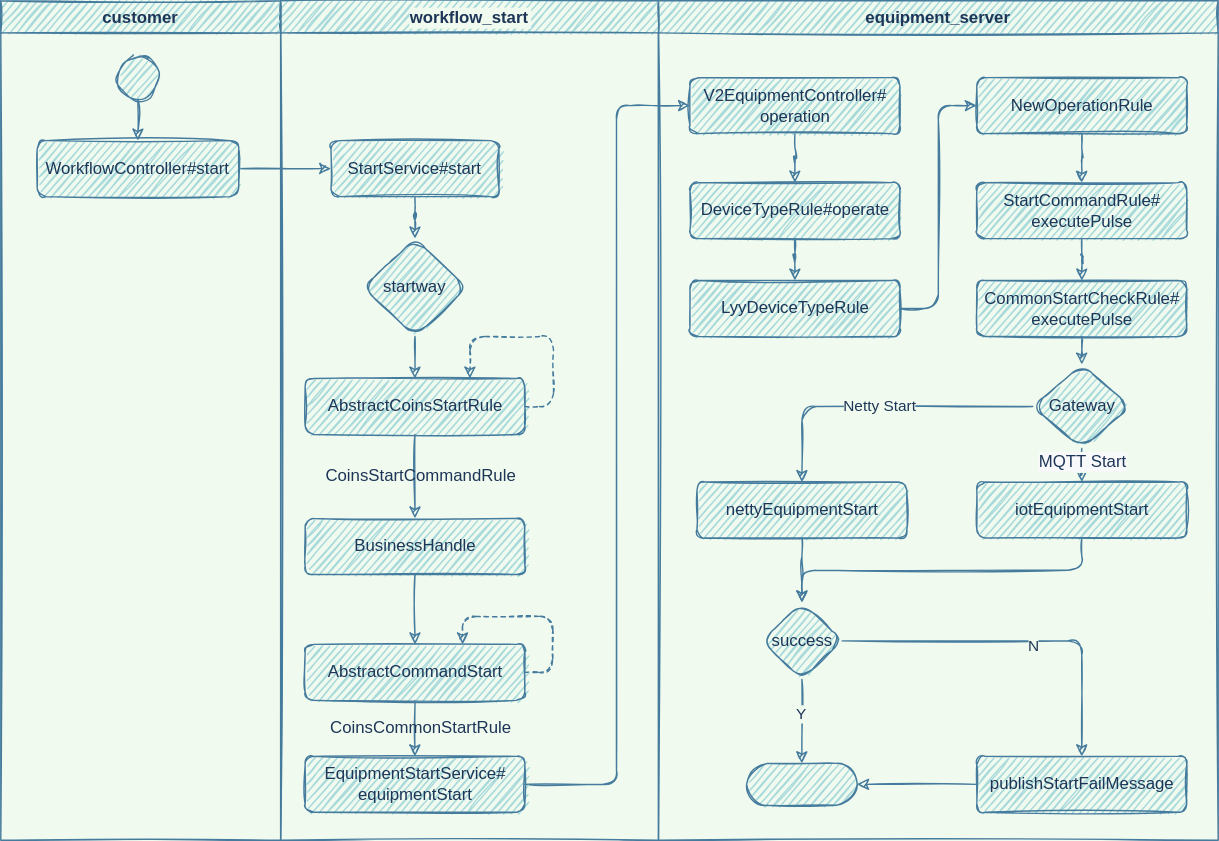
Above: start flow.drawio.svg in jingwux/diagrams (draw.io), before the change. Source tidied: cells renumbered, new cells last; positions are measured from the earlier drawing's top-left corner, leaving out a move shared by most shapes. Source of this version:
```xml
<mxGraphModel background="#F1FAEE">
  <root>
    <mxCell id="0" />
    <mxCell id="1" parent="0" />
    <mxCell id="2" style="edgeStyle=orthogonalEdgeStyle;jettySize=auto;html=1;exitX=1;exitY=0.5;exitDx=0;exitDy=0;dashed=1;strokeColor=#457B9D;fontColor=#1D3557;sketch=1;labelBackgroundColor=#F1FAEE;" parent="1" edge="1" source="46">
      <mxGeometry relative="1" as="geometry">
        <mxPoint x="330" y="460" as="targetPoint" />
      </mxGeometry>
    </mxCell>
    <mxCell id="3" value="equipment_server" style="swimlane;fillColor=#A8DADC;strokeColor=#457B9D;fontColor=#1D3557;sketch=1;rounded=0;" parent="1" vertex="1">
      <mxGeometry x="470" width="400" height="600" as="geometry" />
    </mxCell>
    <mxCell id="4" value="success" style="rhombus;whiteSpace=wrap;html=1;shadow=0;strokeWidth=1;glass=0;fillColor=#A8DADC;strokeColor=#457B9D;fontColor=#1D3557;sketch=1;rounded=1;" parent="3" vertex="1">
      <mxGeometry x="73.8" y="430" width="57.5" height="55" as="geometry" />
    </mxCell>
    <mxCell id="5" style="html=1;dashed=0;whitespace=wrap;shape=mxgraph.dfd.start;fillColor=#A8DADC;strokeColor=#457B9D;fontColor=#1D3557;sketch=1;rounded=1;" parent="3" vertex="1">
      <mxGeometry x="63" y="545" width="79" height="30" as="geometry" />
    </mxCell>
    <mxCell id="6" style="edgeStyle=orthogonalEdgeStyle;jettySize=auto;html=1;exitX=0.5;exitY=1;exitDx=0;exitDy=0;entryX=0.5;entryY=0.5;entryDx=0;entryDy=-15;entryPerimeter=0;strokeColor=#457B9D;fontColor=#1D3557;sketch=1;labelBackgroundColor=#F1FAEE;" parent="3" edge="1" source="4" target="5">
      <mxGeometry relative="1" as="geometry" />
    </mxCell>
    <mxCell id="7" value="Y" style="edgeLabel;html=1;align=center;verticalAlign=middle;fontColor=#1D3557;sketch=1;rounded=1;labelBackgroundColor=#F1FAEE;" parent="6" vertex="1">
      <mxGeometry x="-0.2" y="-1" relative="1" as="geometry" />
    </mxCell>
    <mxCell id="8" value="publishStartFailMessage" style="whiteSpace=wrap;html=1;fontSize=12;glass=0;strokeWidth=1;shadow=0;fillColor=#A8DADC;strokeColor=#457B9D;fontColor=#1D3557;sketch=1;rounded=1;" parent="3" vertex="1">
      <mxGeometry x="227.5" y="540" width="150" height="40" as="geometry" />
    </mxCell>
    <mxCell id="9" style="edgeStyle=orthogonalEdgeStyle;jettySize=auto;html=1;exitX=1;exitY=0.5;exitDx=0;exitDy=0;entryX=0.5;entryY=0;entryDx=0;entryDy=0;strokeColor=#457B9D;fontColor=#1D3557;sketch=1;labelBackgroundColor=#F1FAEE;" parent="3" edge="1" source="4" target="8">
      <mxGeometry relative="1" as="geometry" />
    </mxCell>
    <mxCell id="10" value="N" style="edgeLabel;html=1;align=center;verticalAlign=middle;fontColor=#1D3557;sketch=1;rounded=1;labelBackgroundColor=#F1FAEE;" parent="9" vertex="1">
      <mxGeometry x="0.23" y="-3" relative="1" as="geometry">
        <mxPoint x="-20" as="offset" />
      </mxGeometry>
    </mxCell>
    <mxCell id="11" style="edgeStyle=orthogonalEdgeStyle;jettySize=auto;html=1;exitX=0;exitY=0.5;exitDx=0;exitDy=0;entryX=1;entryY=0.5;entryDx=0;entryDy=0;entryPerimeter=0;strokeColor=#457B9D;fontColor=#1D3557;sketch=1;labelBackgroundColor=#F1FAEE;" parent="3" edge="1" source="8" target="5">
      <mxGeometry relative="1" as="geometry" />
    </mxCell>
    <mxCell id="12" value="iotEquipmentStart" style="whiteSpace=wrap;html=1;fontSize=12;glass=0;strokeWidth=1;shadow=0;fillColor=#A8DADC;strokeColor=#457B9D;fontColor=#1D3557;sketch=1;rounded=1;" parent="3" vertex="1">
      <mxGeometry x="227.5" y="344" width="150" height="40" as="geometry" />
    </mxCell>
    <mxCell id="13" style="edgeStyle=orthogonalEdgeStyle;jettySize=auto;html=1;exitX=0.5;exitY=1;exitDx=0;exitDy=0;entryX=0.5;entryY=0;entryDx=0;entryDy=0;strokeColor=#457B9D;fontColor=#1D3557;sketch=1;labelBackgroundColor=#F1FAEE;" parent="3" edge="1" source="12" target="4">
      <mxGeometry relative="1" as="geometry" />
    </mxCell>
    <mxCell id="14" value="nettyEquipmentStart" style="whiteSpace=wrap;html=1;fontSize=12;glass=0;strokeWidth=1;shadow=0;fillColor=#A8DADC;strokeColor=#457B9D;fontColor=#1D3557;sketch=1;rounded=1;" parent="3" vertex="1">
      <mxGeometry x="27.5" y="344" width="150" height="40" as="geometry" />
    </mxCell>
    <mxCell id="15" style="edgeStyle=orthogonalEdgeStyle;jettySize=auto;html=1;strokeColor=#457B9D;fontColor=#1D3557;sketch=1;labelBackgroundColor=#F1FAEE;" parent="3" edge="1" source="14" target="4">
      <mxGeometry relative="1" as="geometry" />
    </mxCell>
    <mxCell id="16" value="DeviceTypeRule#operate" style="whiteSpace=wrap;html=1;fontSize=12;glass=0;strokeWidth=1;shadow=0;fillColor=#A8DADC;strokeColor=#457B9D;fontColor=#1D3557;sketch=1;rounded=1;" parent="3" vertex="1">
      <mxGeometry x="22.5" y="130" width="150" height="40" as="geometry" />
    </mxCell>
    <mxCell id="17" value="StartCommandRule#&lt;br&gt;executePulse" style="whiteSpace=wrap;html=1;fontSize=12;glass=0;strokeWidth=1;shadow=0;fillColor=#A8DADC;strokeColor=#457B9D;fontColor=#1D3557;sketch=1;rounded=1;" parent="3" vertex="1">
      <mxGeometry x="227.5" y="130" width="150" height="40" as="geometry" />
    </mxCell>
    <mxCell id="18" value="LyyDeviceTypeRule" style="whiteSpace=wrap;html=1;fontSize=12;glass=0;strokeWidth=1;shadow=0;fillColor=#A8DADC;strokeColor=#457B9D;fontColor=#1D3557;sketch=1;rounded=1;" parent="3" vertex="1">
      <mxGeometry x="22.5" y="200" width="150" height="40" as="geometry" />
    </mxCell>
    <mxCell id="19" style="edgeStyle=orthogonalEdgeStyle;jettySize=auto;html=1;exitX=0.5;exitY=1;exitDx=0;exitDy=0;strokeColor=#457B9D;fontColor=#1D3557;sketch=1;labelBackgroundColor=#F1FAEE;" parent="3" edge="1" source="16" target="18">
      <mxGeometry relative="1" as="geometry" />
    </mxCell>
    <mxCell id="20" value="CommonStartCheckRule#&lt;br&gt;executePulse" style="whiteSpace=wrap;html=1;fontSize=12;glass=0;strokeWidth=1;shadow=0;fillColor=#A8DADC;strokeColor=#457B9D;fontColor=#1D3557;sketch=1;rounded=1;" parent="3" vertex="1">
      <mxGeometry x="227.5" y="200" width="150" height="40" as="geometry" />
    </mxCell>
    <mxCell id="21" style="edgeStyle=orthogonalEdgeStyle;jettySize=auto;html=1;strokeColor=#457B9D;fontColor=#1D3557;sketch=1;labelBackgroundColor=#F1FAEE;" parent="3" edge="1" source="17" target="20">
      <mxGeometry relative="1" as="geometry" />
    </mxCell>
    <mxCell id="22" value="Gateway" style="rhombus;whiteSpace=wrap;html=1;shadow=0;strokeWidth=1;glass=0;fillColor=#A8DADC;strokeColor=#457B9D;fontColor=#1D3557;sketch=1;rounded=1;" parent="3" vertex="1">
      <mxGeometry x="267.5" y="260" width="70" height="60" as="geometry" />
    </mxCell>
    <mxCell id="23" value="Netty Start" style="edgeStyle=orthogonalEdgeStyle;jettySize=auto;html=1;exitX=0;exitY=0.5;exitDx=0;exitDy=0;entryX=0.5;entryY=0;entryDx=0;entryDy=0;strokeColor=#457B9D;fontColor=#1D3557;sketch=1;labelBackgroundColor=#F1FAEE;" parent="3" edge="1" source="22" target="14">
      <mxGeometry relative="1" as="geometry" />
    </mxCell>
    <mxCell id="24" style="edgeStyle=orthogonalEdgeStyle;jettySize=auto;html=1;exitX=0.5;exitY=1;exitDx=0;exitDy=0;entryX=0.5;entryY=0;entryDx=0;entryDy=0;strokeColor=#457B9D;fontColor=#1D3557;sketch=1;labelBackgroundColor=#F1FAEE;" parent="3" edge="1" source="22" target="12">
      <mxGeometry relative="1" as="geometry">
        <Array as="points">
          <mxPoint x="303" y="340" />
          <mxPoint x="303" y="340" />
        </Array>
      </mxGeometry>
    </mxCell>
    <mxCell id="25" value="&lt;span style=&quot;font-size: 12px ; background-color: rgb(248 , 249 , 250)&quot;&gt;MQTT Start&lt;/span&gt;" style="edgeLabel;html=1;align=center;verticalAlign=middle;fontColor=#1D3557;sketch=1;rounded=1;labelBackgroundColor=#F1FAEE;" parent="24" vertex="1">
      <mxGeometry x="-0.26" relative="1" as="geometry" />
    </mxCell>
    <mxCell id="26" style="edgeStyle=orthogonalEdgeStyle;jettySize=auto;html=1;strokeColor=#457B9D;fontColor=#1D3557;sketch=1;labelBackgroundColor=#F1FAEE;" parent="3" edge="1" source="20" target="22">
      <mxGeometry relative="1" as="geometry" />
    </mxCell>
    <mxCell id="27" value="workflow_start" style="swimlane;fillColor=#A8DADC;strokeColor=#457B9D;fontColor=#1D3557;sketch=1;rounded=0;labelBackgroundColor=#F1FAEE;" parent="1" vertex="1">
      <mxGeometry x="200" width="270" height="600" as="geometry" />
    </mxCell>
    <mxCell id="28" value="AbstractCoinsStartRule" style="whiteSpace=wrap;html=1;fontSize=12;glass=0;strokeWidth=1;shadow=0;fillColor=#A8DADC;strokeColor=#457B9D;fontColor=#1D3557;sketch=1;rounded=1;" parent="27" vertex="1">
      <mxGeometry x="17.5" y="270" width="157" height="40" as="geometry" />
    </mxCell>
    <mxCell id="29" style="edgeStyle=orthogonalEdgeStyle;orthogonalLoop=1;jettySize=auto;html=1;exitX=1;exitY=0.5;exitDx=0;exitDy=0;entryX=0.75;entryY=0;entryDx=0;entryDy=0;dashed=1;strokeColor=#457B9D;fontColor=#1D3557;sketch=1;labelBackgroundColor=#F1FAEE;" parent="27" edge="1" source="28" target="28">
      <mxGeometry relative="1" as="geometry">
        <Array as="points">
          <mxPoint x="195" y="290" />
          <mxPoint x="195" y="240" />
          <mxPoint x="135" y="240" />
        </Array>
      </mxGeometry>
    </mxCell>
    <mxCell id="30" value="BusinessHandle" style="whiteSpace=wrap;html=1;fontSize=12;glass=0;strokeWidth=1;shadow=0;fillColor=#A8DADC;strokeColor=#457B9D;fontColor=#1D3557;sketch=1;rounded=1;" parent="27" vertex="1">
      <mxGeometry x="17.5" y="370" width="157" height="40" as="geometry" />
    </mxCell>
    <mxCell id="31" style="edgeStyle=orthogonalEdgeStyle;jettySize=auto;html=1;exitX=0.5;exitY=1;exitDx=0;exitDy=0;strokeColor=#457B9D;fontColor=#1D3557;sketch=1;labelBackgroundColor=#F1FAEE;" parent="27" edge="1" source="28" target="30">
      <mxGeometry relative="1" as="geometry" />
    </mxCell>
    <mxCell id="32" value="CoinsStartCommandRule" style="text;html=1;align=center;verticalAlign=middle;strokeColor=none;fillColor=none;fontColor=#1D3557;sketch=1;rounded=1;" parent="27" vertex="1">
      <mxGeometry x="24.5" y="330" width="150" height="20" as="geometry" />
    </mxCell>
    <mxCell id="33" value="startway" style="rhombus;whiteSpace=wrap;html=1;shadow=0;strokeWidth=1;glass=0;fillColor=#A8DADC;strokeColor=#457B9D;fontColor=#1D3557;sketch=1;rounded=1;" parent="27" vertex="1">
      <mxGeometry x="59" y="170" width="74" height="70" as="geometry" />
    </mxCell>
    <mxCell id="34" style="edgeStyle=orthogonalEdgeStyle;jettySize=auto;html=1;entryX=0.5;entryY=0;entryDx=0;entryDy=0;exitX=0.5;exitY=1;exitDx=0;exitDy=0;strokeColor=#457B9D;fontColor=#1D3557;sketch=1;labelBackgroundColor=#F1FAEE;" parent="27" edge="1" source="33" target="28">
      <mxGeometry relative="1" as="geometry" />
    </mxCell>
    <mxCell id="35" value="customer" style="swimlane;fillColor=#A8DADC;strokeColor=#457B9D;fontColor=#1D3557;sketch=1;rounded=0;" parent="1" vertex="1">
      <mxGeometry width="200" height="600" as="geometry" />
    </mxCell>
    <mxCell id="36" style="edgeStyle=orthogonalEdgeStyle;jettySize=auto;html=1;exitX=1;exitY=0.5;exitDx=0;exitDy=0;entryX=0;entryY=0.5;entryDx=0;entryDy=0;strokeColor=#457B9D;fontColor=#1D3557;sketch=1;labelBackgroundColor=#F1FAEE;" parent="1" edge="1" source="50" target="44">
      <mxGeometry relative="1" as="geometry" />
    </mxCell>
    <mxCell id="37" style="edgeStyle=orthogonalEdgeStyle;jettySize=auto;html=1;exitX=1;exitY=0.5;exitDx=0;exitDy=0;entryX=0;entryY=0.5;entryDx=0;entryDy=0;strokeColor=#457B9D;fontColor=#1D3557;sketch=1;labelBackgroundColor=#F1FAEE;" parent="1" edge="1" source="47" target="39">
      <mxGeometry relative="1" as="geometry">
        <Array as="points">
          <mxPoint x="440" y="560" />
          <mxPoint x="440" y="75" />
        </Array>
      </mxGeometry>
    </mxCell>
    <mxCell id="38" style="edgeStyle=orthogonalEdgeStyle;jettySize=auto;html=1;strokeColor=#457B9D;fontColor=#1D3557;sketch=1;labelBackgroundColor=#F1FAEE;" parent="1" edge="1" source="39" target="16">
      <mxGeometry relative="1" as="geometry" />
    </mxCell>
    <mxCell id="39" value="V2EquipmentController#&lt;br&gt;operation" style="whiteSpace=wrap;html=1;fontSize=12;glass=0;strokeWidth=1;shadow=0;fillColor=#A8DADC;strokeColor=#457B9D;fontColor=#1D3557;sketch=1;rounded=1;" parent="1" vertex="1">
      <mxGeometry x="492.5" y="55" width="150" height="40" as="geometry" />
    </mxCell>
    <mxCell id="40" style="edgeStyle=orthogonalEdgeStyle;jettySize=auto;html=1;entryX=0;entryY=0.5;entryDx=0;entryDy=0;strokeColor=#457B9D;fontColor=#1D3557;sketch=1;labelBackgroundColor=#F1FAEE;" parent="1" edge="1" source="18" target="42">
      <mxGeometry relative="1" as="geometry" />
    </mxCell>
    <mxCell id="41" style="edgeStyle=orthogonalEdgeStyle;jettySize=auto;html=1;strokeColor=#457B9D;fontColor=#1D3557;sketch=1;labelBackgroundColor=#F1FAEE;" parent="1" edge="1" source="42" target="17">
      <mxGeometry relative="1" as="geometry" />
    </mxCell>
    <mxCell id="42" value="NewOperationRule" style="whiteSpace=wrap;html=1;fontSize=12;glass=0;strokeWidth=1;shadow=0;fillColor=#A8DADC;strokeColor=#457B9D;fontColor=#1D3557;sketch=1;rounded=1;" parent="1" vertex="1">
      <mxGeometry x="697.5" y="55" width="150" height="40" as="geometry" />
    </mxCell>
    <mxCell id="43" style="edgeStyle=orthogonalEdgeStyle;jettySize=auto;html=1;strokeColor=#457B9D;fontColor=#1D3557;sketch=1;labelBackgroundColor=#F1FAEE;" parent="1" edge="1" source="44" target="33">
      <mxGeometry relative="1" as="geometry" />
    </mxCell>
    <mxCell id="44" value="StartService#start" style="whiteSpace=wrap;html=1;fontSize=12;glass=0;strokeWidth=1;shadow=0;fillColor=#A8DADC;strokeColor=#457B9D;fontColor=#1D3557;sketch=1;rounded=1;" parent="1" vertex="1">
      <mxGeometry x="236" y="100" width="120" height="40" as="geometry" />
    </mxCell>
    <mxCell id="45" style="edgeStyle=orthogonalEdgeStyle;jettySize=auto;html=1;strokeColor=#457B9D;fontColor=#1D3557;sketch=1;labelBackgroundColor=#F1FAEE;" parent="1" edge="1" source="46" target="47">
      <mxGeometry relative="1" as="geometry" />
    </mxCell>
    <mxCell id="46" value="AbstractCommandStart" style="whiteSpace=wrap;html=1;fontSize=12;glass=0;strokeWidth=1;shadow=0;fillColor=#A8DADC;strokeColor=#457B9D;fontColor=#1D3557;sketch=1;rounded=1;" parent="1" vertex="1">
      <mxGeometry x="217.5" y="460" width="157" height="40" as="geometry" />
    </mxCell>
    <mxCell id="47" value="EquipmentStartService#&lt;br&gt;equipmentStart" style="whiteSpace=wrap;html=1;fontSize=12;glass=0;strokeWidth=1;shadow=0;fillColor=#A8DADC;strokeColor=#457B9D;fontColor=#1D3557;sketch=1;rounded=1;" parent="1" vertex="1">
      <mxGeometry x="217.5" y="540" width="157" height="40" as="geometry" />
    </mxCell>
    <mxCell id="48" style="edgeStyle=orthogonalEdgeStyle;jettySize=auto;html=1;exitX=0.5;exitY=1;exitDx=0;exitDy=0;entryX=0.5;entryY=0;entryDx=0;entryDy=0;strokeColor=#457B9D;fontColor=#1D3557;sketch=1;labelBackgroundColor=#F1FAEE;" parent="1" edge="1" source="30" target="46">
      <mxGeometry relative="1" as="geometry" />
    </mxCell>
    <mxCell id="49" value="CoinsCommonStartRule" style="text;html=1;align=center;verticalAlign=middle;strokeColor=none;fillColor=none;fontColor=#1D3557;sketch=1;rounded=1;" parent="1" vertex="1">
      <mxGeometry x="224.5" y="510" width="150" height="20" as="geometry" />
    </mxCell>
    <mxCell id="50" value="WorkflowController#start" style="whiteSpace=wrap;html=1;fontSize=12;glass=0;strokeWidth=1;shadow=0;fillColor=#A8DADC;strokeColor=#457B9D;fontColor=#1D3557;sketch=1;rounded=1;" parent="1" vertex="1">
      <mxGeometry x="26" y="100" width="144" height="40" as="geometry" />
    </mxCell>
    <mxCell id="51" style="edgeStyle=orthogonalEdgeStyle;jettySize=auto;html=1;exitX=0.5;exitY=1;exitDx=0;exitDy=0;exitPerimeter=0;entryX=0.5;entryY=0;entryDx=0;entryDy=0;strokeColor=#457B9D;fontColor=#1D3557;sketch=1;labelBackgroundColor=#F1FAEE;" parent="1" edge="1" source="52" target="50">
      <mxGeometry relative="1" as="geometry">
        <Array as="points">
          <mxPoint x="98" y="70" />
        </Array>
      </mxGeometry>
    </mxCell>
    <mxCell id="52" style="strokeWidth=1;html=1;shape=mxgraph.flowchart.start_2;whiteSpace=wrap;fillColor=#A8DADC;strokeColor=#457B9D;fontColor=#1D3557;sketch=1;rounded=1;" parent="1" vertex="1">
      <mxGeometry x="83" y="40" width="30" height="30" as="geometry" />
    </mxCell>
  </root>
</mxGraphModel>
```
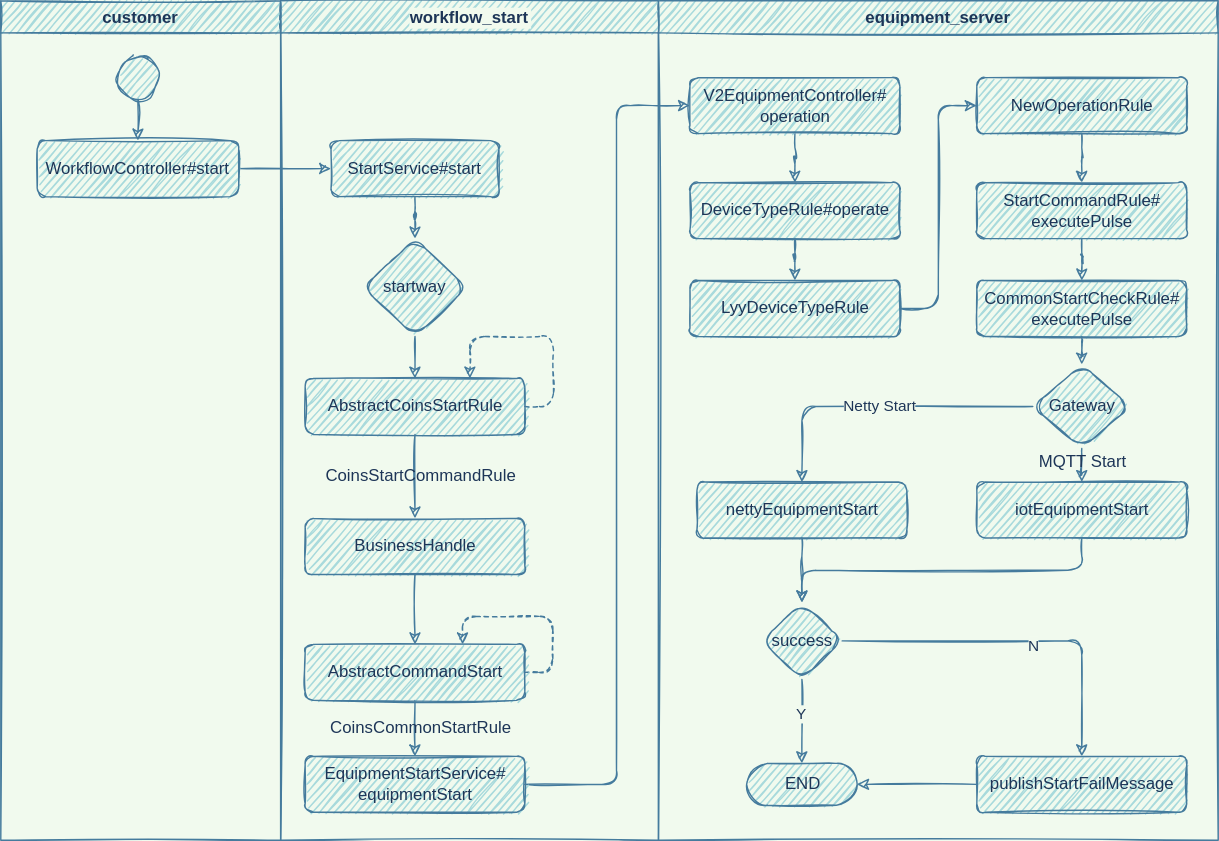
Later version of the same file.

The edit, as a diff of the source:
```diff
@@ -13,7 +13,7 @@
     <mxCell id="4" value="success" style="rhombus;whiteSpace=wrap;html=1;shadow=0;strokeWidth=1;glass=0;fillColor=#A8DADC;strokeColor=#457B9D;fontColor=#1D3557;sketch=1;rounded=1;" parent="3" vertex="1">
       <mxGeometry x="73.8" y="430" width="57.5" height="55" as="geometry" />
     </mxCell>
-    <mxCell id="5" style="html=1;dashed=0;whitespace=wrap;shape=mxgraph.dfd.start;fillColor=#A8DADC;strokeColor=#457B9D;fontColor=#1D3557;sketch=1;rounded=1;" parent="3" vertex="1">
+    <mxCell id="5" value="END" style="html=1;dashed=0;whitespace=wrap;shape=mxgraph.dfd.start;fillColor=#A8DADC;strokeColor=#457B9D;fontColor=#1D3557;sketch=1;rounded=1;" parent="3" vertex="1">
       <mxGeometry x="63" y="545" width="79" height="30" as="geometry" />
     </mxCell>
     <mxCell id="6" style="edgeStyle=orthogonalEdgeStyle;jettySize=auto;html=1;exitX=0.5;exitY=1;exitDx=0;exitDy=0;entryX=0.5;entryY=0.5;entryDx=0;entryDy=-15;entryPerimeter=0;strokeColor=#457B9D;fontColor=#1D3557;sketch=1;labelBackgroundColor=#F1FAEE;" parent="3" edge="1" source="4" target="5">
@@ -80,7 +80,7 @@
         </Array>
       </mxGeometry>
     </mxCell>
-    <mxCell id="25" value="&lt;span style=&quot;font-size: 12px ; background-color: rgb(248 , 249 , 250)&quot;&gt;MQTT Start&lt;/span&gt;" style="edgeLabel;html=1;align=center;verticalAlign=middle;fontColor=#1D3557;sketch=1;rounded=1;labelBackgroundColor=#F1FAEE;" parent="24" vertex="1">
+    <mxCell id="25" value="&lt;span style=&quot;font-size: 12px;&quot;&gt;MQTT Start&lt;/span&gt;" style="edgeLabel;html=1;align=center;verticalAlign=middle;fontColor=#1D3557;sketch=1;rounded=1;labelBackgroundColor=none;" parent="24" vertex="1">
       <mxGeometry x="-0.26" relative="1" as="geometry" />
     </mxCell>
     <mxCell id="26" style="edgeStyle=orthogonalEdgeStyle;jettySize=auto;html=1;strokeColor=#457B9D;fontColor=#1D3557;sketch=1;labelBackgroundColor=#F1FAEE;" parent="3" edge="1" source="20" target="22">
```
